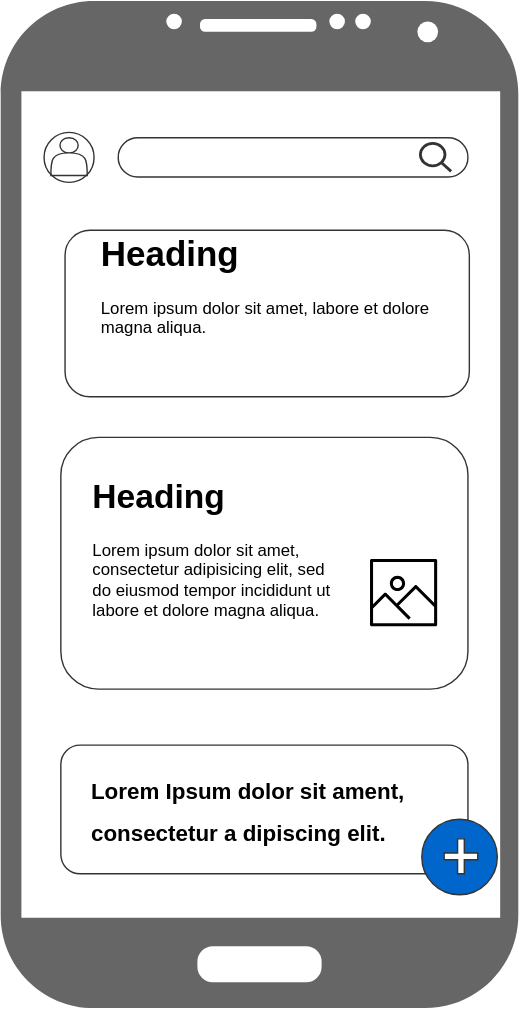
Earlier version of the draw.io export readmeAssets/mainView.svg (pranavm7/UniConnect). Source tidied: cells renumbered, new cells last; positions are measured from the earlier drawing's top-left corner, leaving out a move shared by most shapes.
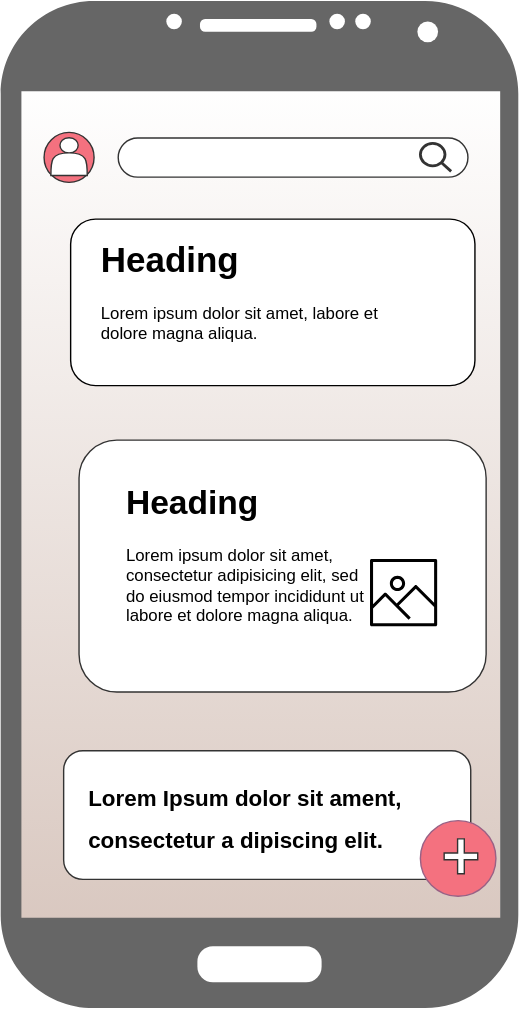
The same file after the commit.

What changed in the source:
```diff
@@ -2,53 +2,56 @@
   <root>
     <mxCell id="0" />
     <mxCell id="1" parent="0" />
+    <mxCell id="18" style="rounded=0;whiteSpace=wrap;html=1;fontFamily=Helvetica;fontSize=25;fontColor=default;fillColor=#D9C8C0;gradientColor=#ffffff;strokeColor=none;gradientDirection=north;" parent="1" vertex="1">
+      <mxGeometry x="12" y="56" width="345" height="605" as="geometry" />
+    </mxCell>
     <mxCell id="2" style="verticalLabelPosition=bottom;verticalAlign=top;html=1;shadow=0;dashed=0;strokeWidth=1;shape=mxgraph.android.phone2;strokeColor=none;fillColor=#666666;" parent="1" vertex="1">
       <mxGeometry width="370" height="720" as="geometry" />
     </mxCell>
-    <mxCell id="3" style="rounded=1;whiteSpace=wrap;html=1;strokeColor=#333333;fillColor=none;" parent="1" vertex="1">
-      <mxGeometry x="46" y="164" width="289" height="119" as="geometry" />
+    <mxCell id="3" style="rounded=1;whiteSpace=wrap;html=1;strokeColor=default;fillColor=#FFFFFF;" parent="1" vertex="1">
+      <mxGeometry x="50" y="156" width="289" height="119" as="geometry" />
     </mxCell>
-    <mxCell id="4" style="rounded=1;whiteSpace=wrap;html=1;strokeColor=#333333;fillColor=none;" parent="1" vertex="1">
-      <mxGeometry x="43" y="312" width="291" height="180" as="geometry" />
+    <mxCell id="4" style="rounded=1;whiteSpace=wrap;html=1;strokeColor=#333333;fillColor=#FFFFFF;" parent="1" vertex="1">
+      <mxGeometry x="56" y="314" width="291" height="180" as="geometry" />
     </mxCell>
-    <mxCell id="5" style="rounded=1;whiteSpace=wrap;html=1;strokeColor=#333333;fillColor=none;" parent="1" vertex="1">
-      <mxGeometry x="43" y="532" width="291" height="92" as="geometry" />
+    <mxCell id="5" style="rounded=1;whiteSpace=wrap;html=1;strokeColor=#333333;fillColor=#FFFFFF;" parent="1" vertex="1">
+      <mxGeometry x="45" y="536" width="291" height="92" as="geometry" />
     </mxCell>
-    <mxCell id="6" style="ellipse;whiteSpace=wrap;html=1;strokeColor=#333333;fillColor=#0066CC;" parent="1" vertex="1">
-      <mxGeometry x="301" y="585" width="54" height="54" as="geometry" />
-    </mxCell>
-    <mxCell id="7" style="shape=cross;whiteSpace=wrap;html=1;strokeColor=#333333;fillColor=#FFFFFF;" parent="1" vertex="1">
-      <mxGeometry x="317" y="599" width="24" height="25" as="geometry" />
-    </mxCell>
-    <mxCell id="8" style="sketch=0;fontColor=#232F3E;gradientColor=none;fillColor=#000000;strokeColor=none;dashed=0;verticalLabelPosition=bottom;verticalAlign=top;align=center;html=1;fontSize=12;fontStyle=0;shape=mxgraph.aws4.container_registry_image;" parent="1" vertex="1">
-      <mxGeometry x="264" y="399" width="48" height="48" as="geometry" />
-    </mxCell>
-    <mxCell id="9" value="&lt;h1&gt;Heading&lt;/h1&gt;&lt;p&gt;Lorem ipsum dolor sit amet, consectetur adipisicing elit, sed do eiusmod tempor incididunt ut labore et dolore magna aliqua.&lt;/p&gt;" style="text;html=1;strokeColor=none;fillColor=none;spacing=5;spacingTop=-20;whiteSpace=wrap;overflow=hidden;rounded=0;" parent="1" vertex="1">
-      <mxGeometry x="61" y="335" width="190" height="120" as="geometry" />
+    <mxCell id="9" value="&lt;h1&gt;Heading&lt;/h1&gt;&lt;p&gt;Lorem ipsum dolor sit amet, consectetur adipisicing elit, sed do eiusmod tempor incididunt ut labore et dolore magna aliqua.&lt;/p&gt;" style="text;html=1;strokeColor=none;fillColor=#FFFFFF;spacing=5;spacingTop=-20;whiteSpace=wrap;overflow=hidden;rounded=0;" parent="1" vertex="1">
+      <mxGeometry x="85" y="339" width="190" height="120" as="geometry" />
     </mxCell>
-    <mxCell id="10" value="&lt;h1&gt;&lt;font style=&quot;font-size: 25px&quot;&gt;Heading&lt;/font&gt;&lt;/h1&gt;&lt;p&gt;Lorem ipsum dolor sit amet, labore et dolore magna aliqua.&lt;/p&gt;" style="text;html=1;strokeColor=none;fillColor=none;spacing=5;spacingTop=-20;whiteSpace=wrap;overflow=hidden;rounded=0;" parent="1" vertex="1">
-      <mxGeometry x="67" y="160" width="246" height="120" as="geometry" />
+    <mxCell id="10" value="&lt;h1&gt;&lt;font style=&quot;font-size: 25px&quot;&gt;Heading&lt;/font&gt;&lt;/h1&gt;&lt;p&gt;Lorem ipsum dolor sit amet, labore et dolore magna aliqua.&lt;/p&gt;" style="text;html=1;spacing=5;spacingTop=-20;whiteSpace=wrap;overflow=hidden;rounded=0;fillColor=default;" parent="1" vertex="1">
+      <mxGeometry x="67" y="164" width="225" height="105" as="geometry" />
     </mxCell>
-    <mxCell id="11" value="&lt;p style=&quot;line-height: 0.9&quot;&gt;&lt;/p&gt;&lt;div align=&quot;left&quot;&gt;&lt;b&gt;&lt;font style=&quot;font-size: 16px&quot;&gt;Lorem Ipsum dolor sit ament, consectetur a dipiscing elit.&lt;/font&gt;&lt;/b&gt;&lt;br&gt;&lt;/div&gt;&lt;p&gt;&lt;/p&gt;" style="text;html=1;strokeColor=none;fillColor=none;align=left;verticalAlign=middle;whiteSpace=wrap;rounded=0;fontSize=25;" parent="1" vertex="1">
-      <mxGeometry x="63" y="538" width="255" height="75" as="geometry" />
+    <mxCell id="11" value="&lt;p style=&quot;line-height: 0.9&quot;&gt;&lt;/p&gt;&lt;div align=&quot;left&quot;&gt;&lt;b&gt;&lt;font style=&quot;font-size: 16px&quot;&gt;Lorem Ipsum dolor sit ament, consectetur a dipiscing elit.&lt;/font&gt;&lt;/b&gt;&lt;br&gt;&lt;/div&gt;&lt;p&gt;&lt;/p&gt;" style="text;html=1;strokeColor=none;fillColor=#FFFFFF;align=left;verticalAlign=middle;whiteSpace=wrap;rounded=0;fontSize=25;" parent="1" vertex="1">
+      <mxGeometry x="61" y="543" width="255" height="75" as="geometry" />
     </mxCell>
-    <mxCell id="12" style="group;" parent="1" vertex="1">
+    <mxCell id="12" style="group;fillColor=none;gradientColor=none;strokeColor=none;" parent="1" vertex="1">
       <mxGeometry x="31" y="94" width="35.8" height="35.8" as="geometry" />
     </mxCell>
+    <mxCell id="14" style="ellipse;whiteSpace=wrap;html=1;strokeColor=#333333;fillColor=#F4717F;rotation=-180;" parent="12" vertex="1">
+      <mxGeometry width="35.8" height="35.8" as="geometry" />
+    </mxCell>
     <mxCell id="13" style="shape=actor;whiteSpace=wrap;html=1;strokeColor=#333333;fillColor=#FFFFFF;" parent="12" vertex="1">
       <mxGeometry x="4.9" y="3.9" width="26" height="27" as="geometry" />
     </mxCell>
-    <mxCell id="14" style="ellipse;whiteSpace=wrap;html=1;strokeColor=#333333;fillColor=none;rotation=-180;" parent="12" vertex="1">
-      <mxGeometry width="35.8" height="35.8" as="geometry" />
-    </mxCell>
+    <mxCell id="6" style="ellipse;whiteSpace=wrap;html=1;strokeColor=#996185;fillColor=#F4717F;gradientColor=none;" parent="1" vertex="1">
+      <mxGeometry x="300" y="586" width="54" height="54" as="geometry" />
+    </mxCell>
+    <mxCell id="7" style="shape=cross;whiteSpace=wrap;html=1;strokeColor=#333333;fillColor=#FFFFFF;" parent="1" vertex="1">
+      <mxGeometry x="317" y="599" width="24" height="25" as="geometry" />
+    </mxCell>
-    <mxCell id="15" style="group;" parent="1" vertex="1">
-      <mxGeometry x="84" y="97.9" width="250" height="28" as="geometry" />
+    <mxCell id="15" style="group;fillColor=none;gradientColor=none;strokeColor=none;" parent="1" vertex="1">
+      <mxGeometry x="84" y="97.9" width="250" height="28.1" as="geometry" />
     </mxCell>
-    <mxCell id="16" style="rounded=1;whiteSpace=wrap;html=1;strokeColor=#333333;fillColor=none;arcSize=50;" parent="15" vertex="1">
-      <mxGeometry width="250" height="28" as="geometry" />
+    <mxCell id="16" style="rounded=1;whiteSpace=wrap;html=1;strokeColor=#333333;fillColor=default;arcSize=50;" parent="15" vertex="1">
+      <mxGeometry y="0.1" width="250" height="28" as="geometry" />
     </mxCell>
     <mxCell id="17" style="html=1;verticalLabelPosition=bottom;align=center;labelBackgroundColor=#ffffff;verticalAlign=top;strokeWidth=2;strokeColor=#333333;shadow=0;dashed=0;shape=mxgraph.ios7.icons.looking_glass;fillColor=#FFFFFF;" parent="15" vertex="1">
       <mxGeometry x="216" y="4" width="22" height="20" as="geometry" />
     </mxCell>
+    <mxCell id="8" style="sketch=0;fontColor=#232F3E;gradientColor=none;fillColor=#000000;strokeColor=none;dashed=0;verticalLabelPosition=bottom;verticalAlign=top;align=center;html=1;fontSize=12;fontStyle=0;shape=mxgraph.aws4.container_registry_image;" parent="1" vertex="1">
+      <mxGeometry x="264" y="399" width="48" height="48" as="geometry" />
+    </mxCell>
   </root>
 </mxGraphModel>
```
